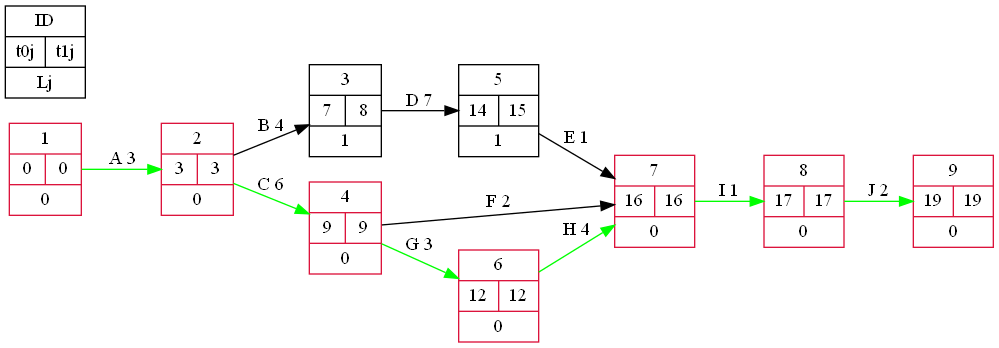
Earlier version of the Graphviz export graph.png (damczi17/boil). Its source is kept beside it as graph.gv.
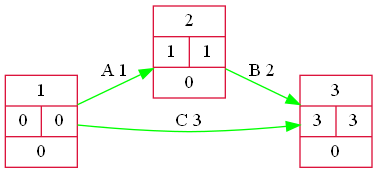
The same diagram one commit later.

Diff of the diagram source:
```diff
@@ -1,15 +1,6 @@
 digraph G {
 rankdir="LR";
-struct1[shape=record,label="1|{0|0}| 0", color=crimson];struct1 -> struct2[color=green, label="A 3"];
-struct2[shape=record,label="2|{3|3}| 0", color=crimson];struct2 -> struct3[label="B 4"];
-struct2 -> struct4[color=green, label="C 6"];
-struct3[shape=record,label="3|{7|8}| 1"];
-struct3 -> struct5[label="D 7"];
-struct4[shape=record,label="4|{9|9}| 0", color=crimson];struct4 -> struct7[label="F 2"];
-struct4 -> struct6[color=green, label="G 3"];
-struct5[shape=record,label="5|{14|15}| 1"];
-struct5 -> struct7[label="E 1"];
-struct6[shape=record,label="6|{12|12}| 0", color=crimson];struct6 -> struct7[color=green, label="H 4"];
-struct7[shape=record,label="7|{16|16}| 0", color=crimson];struct7 -> struct8[color=green, label="I 1"];
-struct8[shape=record,label="8|{17|17}| 0", color=crimson];struct8 -> struct9[color=green, label="J 2"];
-struct9[shape=record,label="9|{19|19}| 0", color=crimson];
+struct1[shape=record,label="1|{0|0}| 0", color=crimson];struct1 -> struct2[color=green, label="A 1"];
+struct1 -> struct3[color=green, label="C 3"];
+struct2[shape=record,label="2|{1|1}| 0", color=crimson];struct2 -> struct3[color=green, label="B 2"];
+struct3[shape=record,label="3|{3|3}| 0", color=crimson];}
```
